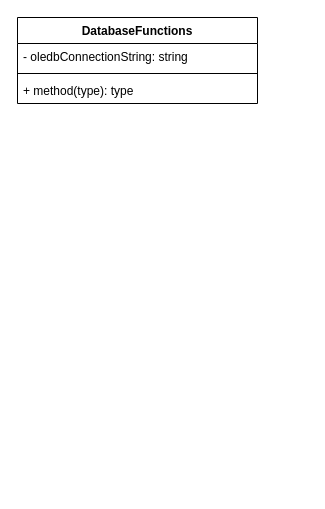
Senacen/Critical-Path-Project-Manager-NEA-MS-Access keeps this draw.io diagram as Untitled Diagram.drawio. Above is the earlier version. Source tidied: cells renumbered, new cells numbered last; positions are measured from the earlier drawing's top-left corner, leaving out a move shared by most shapes. Both pictures are drawn from the tidied source at 100%, with x=0, y=0 at pixel (17, 17).
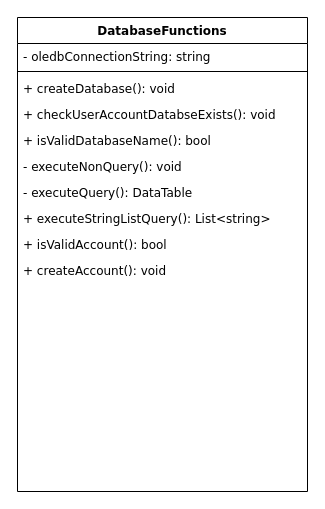
The same page after the edit.

What changed in the source:
```diff
@@
-    <mxCell id="2" value="DatabaseFunctions" style="swimlane;fontStyle=1;align=center;verticalAlign=top;horizontal=1;startSize=26;whiteSpace=wrap;html=1;" parent="1" vertex="1">
-      <mxGeometry width="240" height="86" as="geometry" />
+    <mxCell id="2" value="DatabaseFunctions" style="swimlane;fontStyle=1;align=center;verticalAlign=top;horizontal=1;startSize=26;whiteSpace=wrap;html=1;fontFamily=Verdana;" parent="1" vertex="1">
+      <mxGeometry width="290" height="474" as="geometry" />
     </mxCell>
-    <mxCell id="3" value="- oledbConnectionString: string" style="text;strokeColor=none;fillColor=none;align=left;verticalAlign=top;spacingLeft=4;spacingRight=4;overflow=hidden;whiteSpace=wrap;html=1;" parent="2" vertex="1">
-      <mxGeometry y="26" width="240" height="26" as="geometry" />
+    <mxCell id="3" value="- oledbConnectionString: string" style="text;strokeColor=none;fillColor=none;align=left;verticalAlign=top;spacingLeft=4;spacingRight=4;overflow=hidden;whiteSpace=wrap;html=1;fontFamily=Verdana;" parent="2" vertex="1">
+      <mxGeometry y="26" width="290" height="24" as="geometry" />
     </mxCell>
-    <mxCell id="4" style="line;strokeWidth=1;fillColor=none;align=left;verticalAlign=middle;spacingTop=-1;spacingLeft=3;spacingRight=3;labelPosition=right;strokeColor=inherit;" parent="2" vertex="1">
-      <mxGeometry y="52" width="240" height="8" as="geometry" />
+    <mxCell id="4" style="line;strokeWidth=1;fillColor=none;align=left;verticalAlign=middle;spacingTop=-1;spacingLeft=3;spacingRight=3;labelPosition=right;strokeColor=inherit;fontFamily=Verdana;" parent="2" vertex="1">
+      <mxGeometry y="50" width="290" height="8" as="geometry" />
     </mxCell>
-    <mxCell id="5" value="+ method(type): type" style="text;strokeColor=none;fillColor=none;align=left;verticalAlign=top;spacingLeft=4;spacingRight=4;overflow=hidden;whiteSpace=wrap;html=1;" parent="2" vertex="1">
-      <mxGeometry y="60" width="240" height="26" as="geometry" />
-    </mxCell>
+    <mxCell id="6" value="+ createDatabase(): void" style="text;strokeColor=none;fillColor=none;align=left;verticalAlign=top;spacingLeft=4;spacingRight=4;overflow=hidden;whiteSpace=wrap;html=1;fontFamily=Verdana;" parent="2" vertex="1">
+      <mxGeometry y="58" width="290" height="26" as="geometry" />
+    </mxCell>
+    <mxCell id="7" value="+ checkUserAccountDatabseExists(): void" style="text;strokeColor=none;fillColor=none;align=left;verticalAlign=top;spacingLeft=4;spacingRight=4;overflow=hidden;whiteSpace=wrap;html=1;fontFamily=Verdana;" parent="2" vertex="1">
+      <mxGeometry y="84" width="290" height="26" as="geometry" />
+    </mxCell>
+    <mxCell id="8" value="+ isValidDatabaseName(): bool" style="text;strokeColor=none;fillColor=none;align=left;verticalAlign=top;spacingLeft=4;spacingRight=4;overflow=hidden;whiteSpace=wrap;html=1;fontFamily=Verdana;" parent="2" vertex="1">
+      <mxGeometry y="110" width="290" height="26" as="geometry" />
+    </mxCell>
+    <mxCell id="9" value="- executeNonQuery(): void" style="text;strokeColor=none;fillColor=none;align=left;verticalAlign=top;spacingLeft=4;spacingRight=4;overflow=hidden;whiteSpace=wrap;html=1;fontFamily=Verdana;" parent="2" vertex="1">
+      <mxGeometry y="136" width="290" height="26" as="geometry" />
+    </mxCell>
+    <mxCell id="10" value="- executeQuery(): DataTable" style="text;strokeColor=none;fillColor=none;align=left;verticalAlign=top;spacingLeft=4;spacingRight=4;overflow=hidden;whiteSpace=wrap;html=1;fontFamily=Verdana;" parent="2" vertex="1">
+      <mxGeometry y="162" width="290" height="26" as="geometry" />
+    </mxCell>
+    <mxCell id="11" value="+ executeStringListQuery(): List&amp;lt;string&amp;gt;" style="text;strokeColor=none;fillColor=none;align=left;verticalAlign=top;spacingLeft=4;spacingRight=4;overflow=hidden;whiteSpace=wrap;html=1;fontFamily=Verdana;" parent="2" vertex="1">
+      <mxGeometry y="188" width="290" height="26" as="geometry" />
+    </mxCell>
+    <mxCell id="12" value="+ isValidAccount(): bool" style="text;strokeColor=none;fillColor=none;align=left;verticalAlign=top;spacingLeft=4;spacingRight=4;overflow=hidden;whiteSpace=wrap;html=1;fontFamily=Verdana;" parent="2" vertex="1">
+      <mxGeometry y="214" width="290" height="26" as="geometry" />
+    </mxCell>
+    <mxCell id="13" value="+ createAccount(): void" style="text;strokeColor=none;fillColor=none;align=left;verticalAlign=top;spacingLeft=4;spacingRight=4;overflow=hidden;whiteSpace=wrap;html=1;fontFamily=Verdana;" parent="2" vertex="1">
+      <mxGeometry y="240" width="290" height="26" as="geometry" />
+    </mxCell>
+    <mxCell id="14" style="text;strokeColor=none;fillColor=none;align=left;verticalAlign=top;spacingLeft=4;spacingRight=4;overflow=hidden;whiteSpace=wrap;html=1;fontFamily=Verdana;" parent="2" vertex="1">
+      <mxGeometry y="266" width="290" height="26" as="geometry" />
+    </mxCell>
+    <mxCell id="15" style="text;strokeColor=none;fillColor=none;align=left;verticalAlign=top;spacingLeft=4;spacingRight=4;overflow=hidden;whiteSpace=wrap;html=1;fontFamily=Verdana;" parent="2" vertex="1">
+      <mxGeometry y="292" width="290" height="26" as="geometry" />
+    </mxCell>
+    <mxCell id="16" style="text;strokeColor=none;fillColor=none;align=left;verticalAlign=top;spacingLeft=4;spacingRight=4;overflow=hidden;whiteSpace=wrap;html=1;fontFamily=Verdana;" parent="2" vertex="1">
+      <mxGeometry y="318" width="290" height="26" as="geometry" />
+    </mxCell>
+    <mxCell id="17" style="text;strokeColor=none;fillColor=none;align=left;verticalAlign=top;spacingLeft=4;spacingRight=4;overflow=hidden;whiteSpace=wrap;html=1;fontFamily=Verdana;" parent="2" vertex="1">
+      <mxGeometry y="344" width="290" height="26" as="geometry" />
+    </mxCell>
+    <mxCell id="18" style="text;strokeColor=none;fillColor=none;align=left;verticalAlign=top;spacingLeft=4;spacingRight=4;overflow=hidden;whiteSpace=wrap;html=1;fontFamily=Verdana;" parent="2" vertex="1">
+      <mxGeometry y="370" width="290" height="26" as="geometry" />
+    </mxCell>
+    <mxCell id="19" style="text;strokeColor=none;fillColor=none;align=left;verticalAlign=top;spacingLeft=4;spacingRight=4;overflow=hidden;whiteSpace=wrap;html=1;fontFamily=Verdana;" parent="2" vertex="1">
+      <mxGeometry y="396" width="290" height="26" as="geometry" />
+    </mxCell>
+    <mxCell id="20" style="text;strokeColor=none;fillColor=none;align=left;verticalAlign=top;spacingLeft=4;spacingRight=4;overflow=hidden;whiteSpace=wrap;html=1;fontFamily=Verdana;" parent="2" vertex="1">
+      <mxGeometry y="422" width="290" height="26" as="geometry" />
+    </mxCell>
+    <mxCell id="21" style="text;strokeColor=none;fillColor=none;align=left;verticalAlign=top;spacingLeft=4;spacingRight=4;overflow=hidden;whiteSpace=wrap;html=1;fontFamily=Verdana;" parent="2" vertex="1">
+      <mxGeometry y="448" width="290" height="26" as="geometry" />
+    </mxCell>
```
